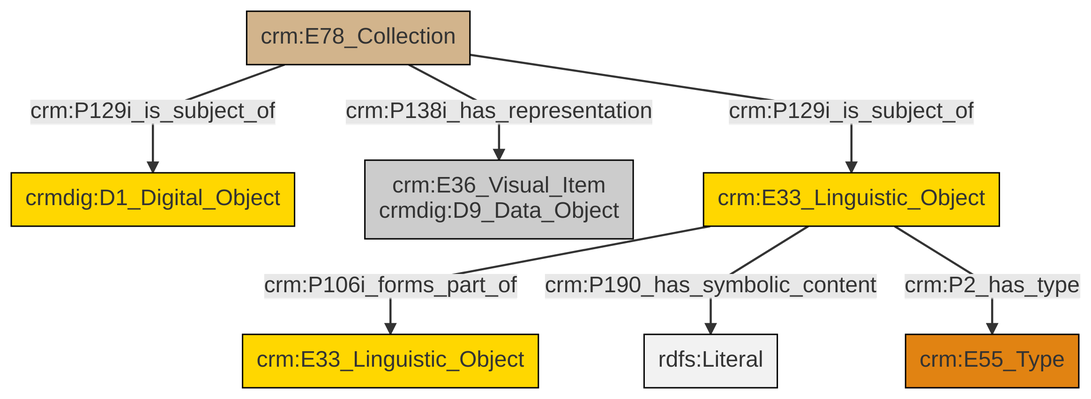
This is et/archivalCSV/ttl/mmd/png/archival_docs.png from swiss-art-research-net/docs.swissartresearch, a Mermaid export, as it was before one commit. Its source is kept beside it as et/archivalCSV/ttl/mmd/archival_docs.ttl.mmd.
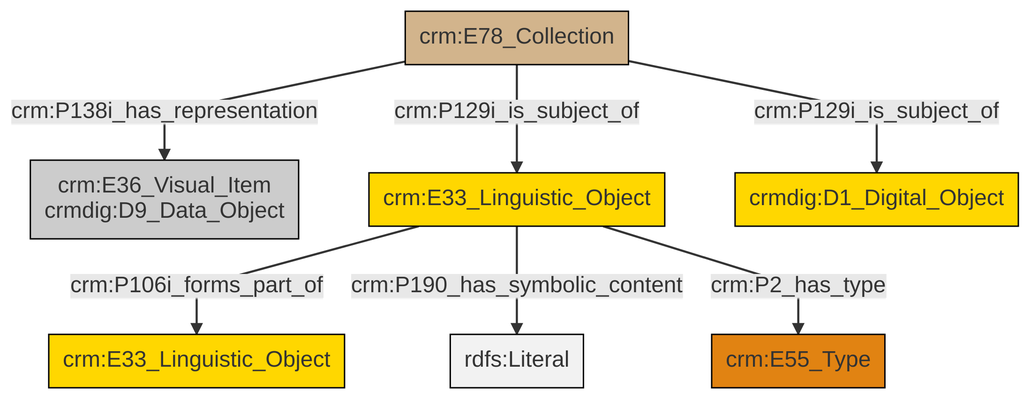
Later version of the same file.

Change to the diagram source:
```diff
@@ -13,9 +13,9 @@
 classDef PC_Classes fill:#4ce600, stroke:#000000;
 classDef Multi fill:#cccccc,stroke:#000000;
 
-2["crm:E78_Collection"]:::Physical_Thing -->|crm:P129i_is_subject_of| 3["crmdig:D1_Digital_Object"]:::Conceptual_Object
-9["crm:E33_Linguistic_Object"]:::Conceptual_Object -->|crm:P106i_forms_part_of| 7["crm:E33_Linguistic_Object"]:::Conceptual_Object
-9["crm:E33_Linguistic_Object"]:::Conceptual_Object -->|crm:P190_has_symbolic_content| 10[rdfs:Literal]:::Literal
-2["crm:E78_Collection"]:::Physical_Thing -->|crm:P129i_is_subject_of| 9["crm:E33_Linguistic_Object"]:::Conceptual_Object
-9["crm:E33_Linguistic_Object"]:::Conceptual_Object -->|crm:P2_has_type| 0["crm:E55_Type"]:::Type
-2["crm:E78_Collection"]:::Physical_Thing -->|crm:P138i_has_representation| 4["crm:E36_Visual_Item<br>crmdig:D9_Data_Object"]:::Multi
+6["crm:E78_Collection"]:::Physical_Thing -->|crm:P129i_is_subject_of| 4["crm:E33_Linguistic_Object"]:::Conceptual_Object
+4["crm:E33_Linguistic_Object"]:::Conceptual_Object -->|crm:P106i_forms_part_of| 2["crm:E33_Linguistic_Object"]:::Conceptual_Object
+6["crm:E78_Collection"]:::Physical_Thing -->|crm:P129i_is_subject_of| 7["crmdig:D1_Digital_Object"]:::Conceptual_Object
+6["crm:E78_Collection"]:::Physical_Thing -->|crm:P138i_has_representation| 0["crm:E36_Visual_Item<br>crmdig:D9_Data_Object"]:::Multi
+4["crm:E33_Linguistic_Object"]:::Conceptual_Object -->|crm:P190_has_symbolic_content| 14[rdfs:Literal]:::Literal
+4["crm:E33_Linguistic_Object"]:::Conceptual_Object -->|crm:P2_has_type| 8["crm:E55_Type"]:::Type
```
